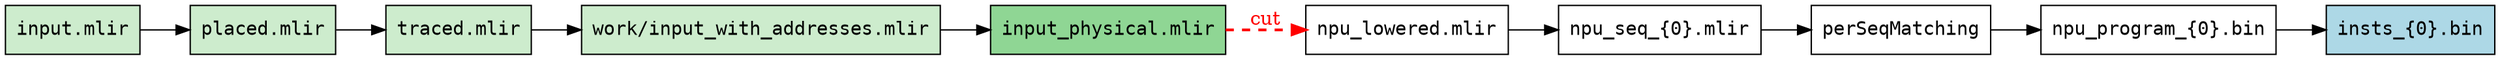
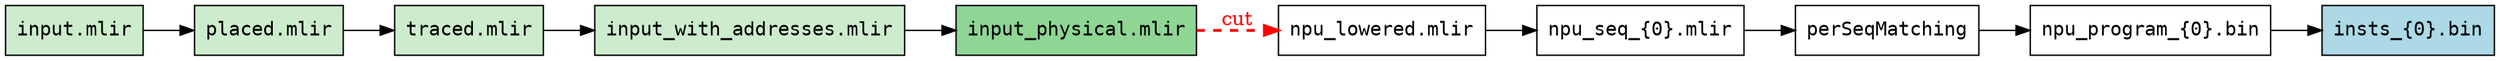
// Copyright (C) 2026 Advanced Micro Devices, Inc.
// SPDX-License-Identifier: Apache-2.0 WITH LLVM-exception
digraph aiecc {
  rankdir=LR;
  node [shape=box, fontname="monospace"];
  n0 [label="input.mlir", style=filled, fillcolor="#cdeccd"];
  n1 [label="placed.mlir", style=filled, fillcolor="#cdeccd"];
  n2 [label="traced.mlir", style=filled, fillcolor="#cdeccd"];
-   n3 [label="work/input_with_addresses.mlir", style=filled, fillcolor="#cdeccd"];
+   n3 [label="input_with_addresses.mlir", style=filled, fillcolor="#cdeccd"];
  n4 [label="input_physical.mlir", style=filled, fillcolor="#8fd694"];
  n5 [label="npu_lowered.mlir"];
  n6 [label="npu_seq_{0}.mlir"];
  n7 [label="perSeqMatching"];
  n8 [label="npu_program_{0}.bin"];
  n9 [label="insts_{0}.bin", style=filled, fillcolor=lightblue];
  n0 -> n1;
  n1 -> n2;
  n2 -> n3;
  n3 -> n4;
  n4 -> n5 [color=red, style=dashed, penwidth=2, label="cut", fontcolor=red];
  n5 -> n6;
  n6 -> n7;
  n7 -> n8;
  n8 -> n9;
}
